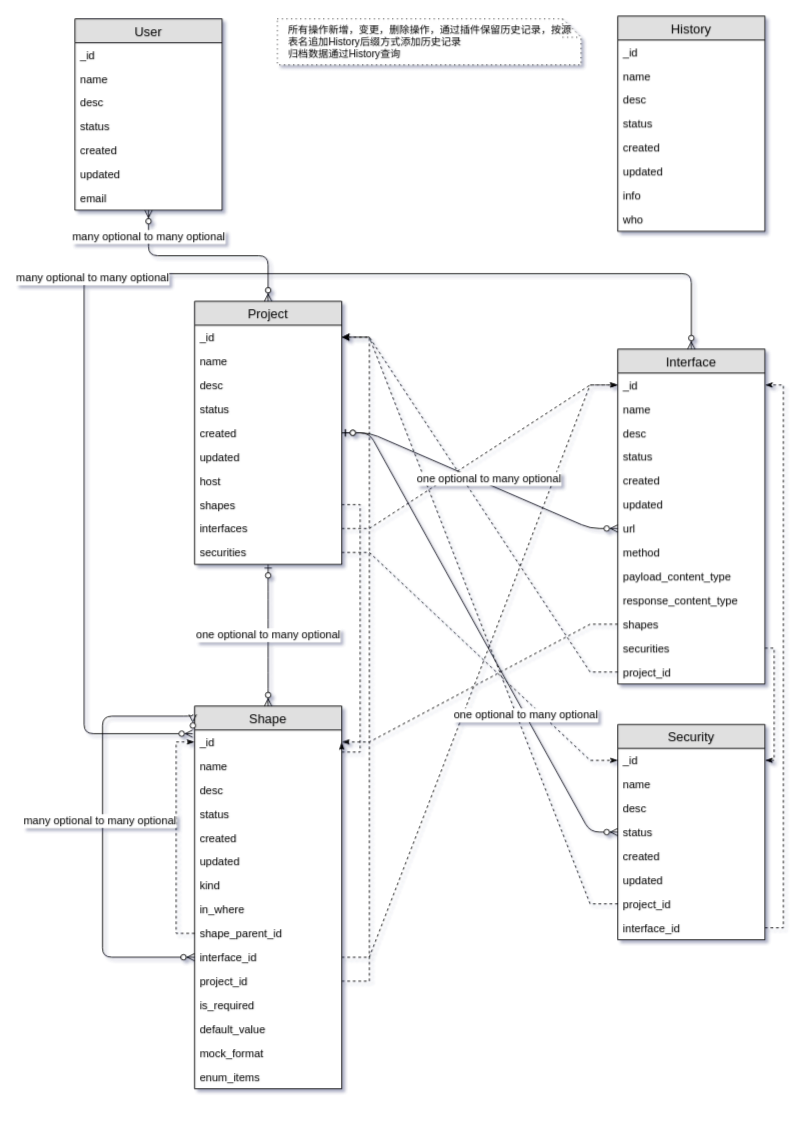
This is apiplatform/apischema.drawio from 0851/draw, a draw.io file, before an edit. Source tidied: cells renumbered, new cells numbered last; positions are measured from the earlier drawing's top-left corner, leaving out a move shared by most shapes. Both pictures are drawn from the tidied source at 92%, with x=0, y=0 at pixel (75, 16).
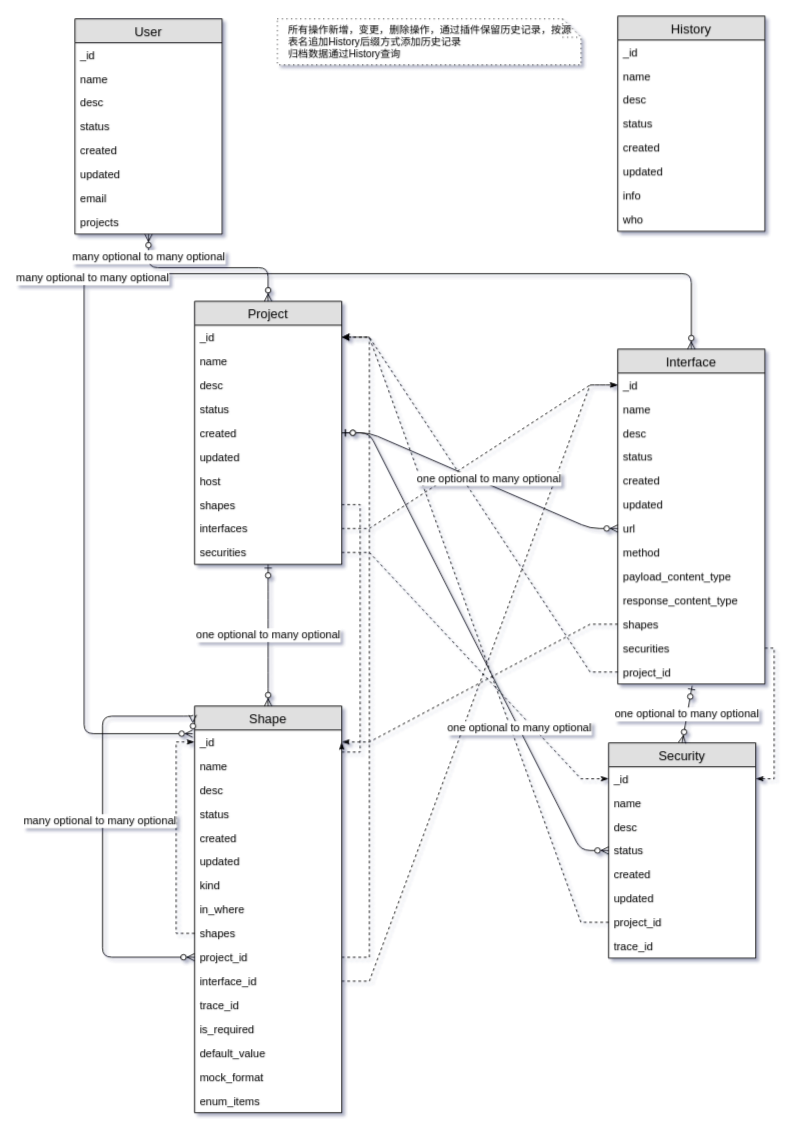
The same diagram, later.

The change refers to these unchanged cells:
```xml
<mxCell id="13" value="_id" style="text;strokeColor=none;fillColor=none;spacingLeft=4;spacingRight=4;overflow=hidden;points=[[0,0.5],[1,0.5]];portConstraint=eastwest;fontSize=12;" parent="12" vertex="1">
  <mxGeometry y="26" width="160" height="26" as="geometry" />
</mxCell>
<mxCell id="24" value="securities" style="text;strokeColor=none;fillColor=none;spacingLeft=4;spacingRight=4;overflow=hidden;points=[[0,0.5],[1,0.5]];portConstraint=eastwest;fontSize=12;" parent="12" vertex="1">
  <mxGeometry y="312" width="160" height="26" as="geometry" />
</mxCell>
<mxCell id="25" value="project_id" style="text;strokeColor=none;fillColor=none;spacingLeft=4;spacingRight=4;overflow=hidden;points=[[0,0.5],[1,0.5]];portConstraint=eastwest;fontSize=12;" parent="12" vertex="1">
  <mxGeometry y="338" width="160" height="26" as="geometry" />
</mxCell>
<mxCell id="57" value="_id" style="text;strokeColor=none;fillColor=none;spacingLeft=4;spacingRight=4;overflow=hidden;points=[[0,0.5],[1,0.5]];portConstraint=eastwest;fontSize=12;" parent="56" vertex="1">
  <mxGeometry y="26" width="160" height="26" as="geometry" />
</mxCell>
```

Change to the diagram source:
```diff
@@
     <mxCell id="26" value="Shape" style="swimlane;fontStyle=0;horizontal=1;startSize=26;fillColor=#e0e0e0;swimlaneFillColor=#ffffff;align=center;fontSize=14;" parent="1" vertex="1">
-      <mxGeometry x="130" y="750" width="160" height="416" as="geometry" />
+      <mxGeometry x="130" y="750" width="160" height="442" as="geometry" />
     </mxCell>
@@
-    <mxCell id="36" value="shape_parent_id" style="text;strokeColor=none;fillColor=none;spacingLeft=4;spacingRight=4;overflow=hidden;points=[[0,0.5],[1,0.5]];portConstraint=eastwest;fontSize=12;" parent="26" vertex="1">
+    <mxCell id="36" value="shapes" style="text;strokeColor=none;fillColor=none;spacingLeft=4;spacingRight=4;overflow=hidden;points=[[0,0.5],[1,0.5]];portConstraint=eastwest;fontSize=12;" parent="26" vertex="1">
       <mxGeometry y="234" width="160" height="26" as="geometry" />
     </mxCell>
-    <mxCell id="37" value="interface_id" style="text;strokeColor=none;fillColor=none;spacingLeft=4;spacingRight=4;overflow=hidden;points=[[0,0.5],[1,0.5]];portConstraint=eastwest;fontSize=12;" parent="26" vertex="1">
-      <mxGeometry y="260" width="160" height="26" as="geometry" />
-    </mxCell>
@@
     <mxCell id="40" value="project_id" style="text;strokeColor=none;fillColor=none;spacingLeft=4;spacingRight=4;overflow=hidden;points=[[0,0.5],[1,0.5]];portConstraint=eastwest;fontSize=12;" parent="26" vertex="1">
-      <mxGeometry y="286" width="160" height="26" as="geometry" />
+      <mxGeometry y="260" width="160" height="26" as="geometry" />
     </mxCell>
+    <mxCell id="89" value="interface_id" style="text;strokeColor=none;fillColor=none;spacingLeft=4;spacingRight=4;overflow=hidden;points=[[0,0.5],[1,0.5]];portConstraint=eastwest;fontSize=12;" parent="26" vertex="1">
+      <mxGeometry y="286" width="160" height="26" as="geometry" />
+    </mxCell>
+    <mxCell id="90" value="trace_id" style="text;strokeColor=none;fillColor=none;spacingLeft=4;spacingRight=4;overflow=hidden;fontSize=12;" parent="26" vertex="1">
+      <mxGeometry y="312" width="160" height="26" as="geometry" />
+    </mxCell>
     <mxCell id="41" value="is_required" style="text;strokeColor=none;fillColor=none;spacingLeft=4;spacingRight=4;overflow=hidden;fontSize=12;" parent="26" vertex="1">
-      <mxGeometry y="312" width="160" height="26" as="geometry" />
+      <mxGeometry y="338" width="160" height="26" as="geometry" />
     </mxCell>
     <mxCell id="42" value="default_value" style="text;strokeColor=none;fillColor=none;spacingLeft=4;spacingRight=4;overflow=hidden;fontSize=12;" parent="26" vertex="1">
-      <mxGeometry y="338" width="160" height="26" as="geometry" />
+      <mxGeometry y="364" width="160" height="26" as="geometry" />
     </mxCell>
     <mxCell id="43" value="mock_format" style="text;strokeColor=none;fillColor=none;spacingLeft=4;spacingRight=4;overflow=hidden;fontSize=12;" parent="26" vertex="1">
-      <mxGeometry y="364" width="160" height="26" as="geometry" />
+      <mxGeometry y="390" width="160" height="26" as="geometry" />
     </mxCell>
     <mxCell id="44" value="enum_items" style="text;strokeColor=none;fillColor=none;spacingLeft=4;spacingRight=4;overflow=hidden;fontSize=12;" parent="26" vertex="1">
-      <mxGeometry y="390" width="160" height="26" as="geometry" />
+      <mxGeometry y="416" width="160" height="26" as="geometry" />
     </mxCell>
@@
     <mxCell id="56" value="Security" style="swimlane;fontStyle=0;horizontal=1;startSize=26;fillColor=#e0e0e0;swimlaneFillColor=#ffffff;align=center;fontSize=14;" parent="1" vertex="1">
-      <mxGeometry x="590" y="770" width="160" height="234" as="geometry" />
+      <mxGeometry x="580" y="790" width="160" height="234" as="geometry" />
     </mxCell>
@@
-    <mxCell id="64" value="interface_id" style="text;strokeColor=none;fillColor=none;spacingLeft=4;spacingRight=4;overflow=hidden;points=[[0,0.5],[1,0.5]];portConstraint=eastwest;fontSize=12;" parent="56" vertex="1">
-      <mxGeometry y="208" width="160" height="26" as="geometry" />
-    </mxCell>
+    <mxCell id="91" value="trace_id" style="text;strokeColor=none;fillColor=none;spacingLeft=4;spacingRight=4;overflow=hidden;fontSize=12;" parent="56" vertex="1">
+      <mxGeometry y="208" width="160" height="26" as="geometry" />
+    </mxCell>
     <mxCell id="65" value="User" style="swimlane;fontStyle=0;horizontal=1;startSize=26;fillColor=#e0e0e0;swimlaneFillColor=#ffffff;align=center;fontSize=14;" parent="1" vertex="1">
-      <mxGeometry y="3" width="160" height="208" as="geometry" />
+      <mxGeometry y="3" width="160" height="234" as="geometry" />
     </mxCell>
@@
+    <mxCell id="92" value="projects" style="text;strokeColor=none;fillColor=none;spacingLeft=4;spacingRight=4;overflow=hidden;fontSize=12;" parent="65" vertex="1">
+      <mxGeometry y="208" width="160" height="26" as="geometry" />
+    </mxCell>
@@
     <mxCell id="81" style="edgeStyle=orthogonalEdgeStyle;rounded=0;jettySize=auto;html=1;exitX=1;exitY=0.5;exitDx=0;exitDy=0;endArrow=classicThin;endFill=1;dashed=1;" parent="1" edge="1" source="24" target="57">
       <mxGeometry relative="1" as="geometry">
         <Array as="points">
           <mxPoint x="760" y="687" />
-          <mxPoint x="760" y="809" />
+          <mxPoint x="760" y="829" />
         </Array>
       </mxGeometry>
     </mxCell>
-    <mxCell id="82" style="edgeStyle=entityRelationEdgeStyle;rounded=0;jettySize=auto;html=1;exitX=1;exitY=0.5;exitDx=0;exitDy=0;endArrow=classicThin;endFill=1;dashed=1;" parent="1" edge="1" source="37" target="13">
+    <mxCell id="82" style="edgeStyle=entityRelationEdgeStyle;rounded=0;jettySize=auto;html=1;endArrow=classicThin;endFill=1;dashed=1;" parent="1" edge="1" source="89" target="13">
       <mxGeometry relative="1" as="geometry" />
     </mxCell>
@@
-    <mxCell id="87" style="edgeStyle=orthogonalEdgeStyle;rounded=0;jettySize=auto;html=1;exitX=1;exitY=0.5;exitDx=0;exitDy=0;entryX=1;entryY=0.5;entryDx=0;entryDy=0;endArrow=classicThin;endFill=1;dashed=1;" parent="1" edge="1" source="64" target="13">
-      <mxGeometry relative="1" as="geometry" />
-    </mxCell>
@@
+    <mxCell id="93" value="one optional to many optional" style="fontSize=12;html=1;endArrow=ERzeroToMany;startArrow=ERzeroToOne;entryX=0.5;entryY=0;entryDx=0;entryDy=0;exitX=0.506;exitY=1.071;exitDx=0;exitDy=0;exitPerimeter=0;" parent="1" edge="1" source="25" target="56">
+      <mxGeometry relative="1" as="geometry" />
+    </mxCell>
```
